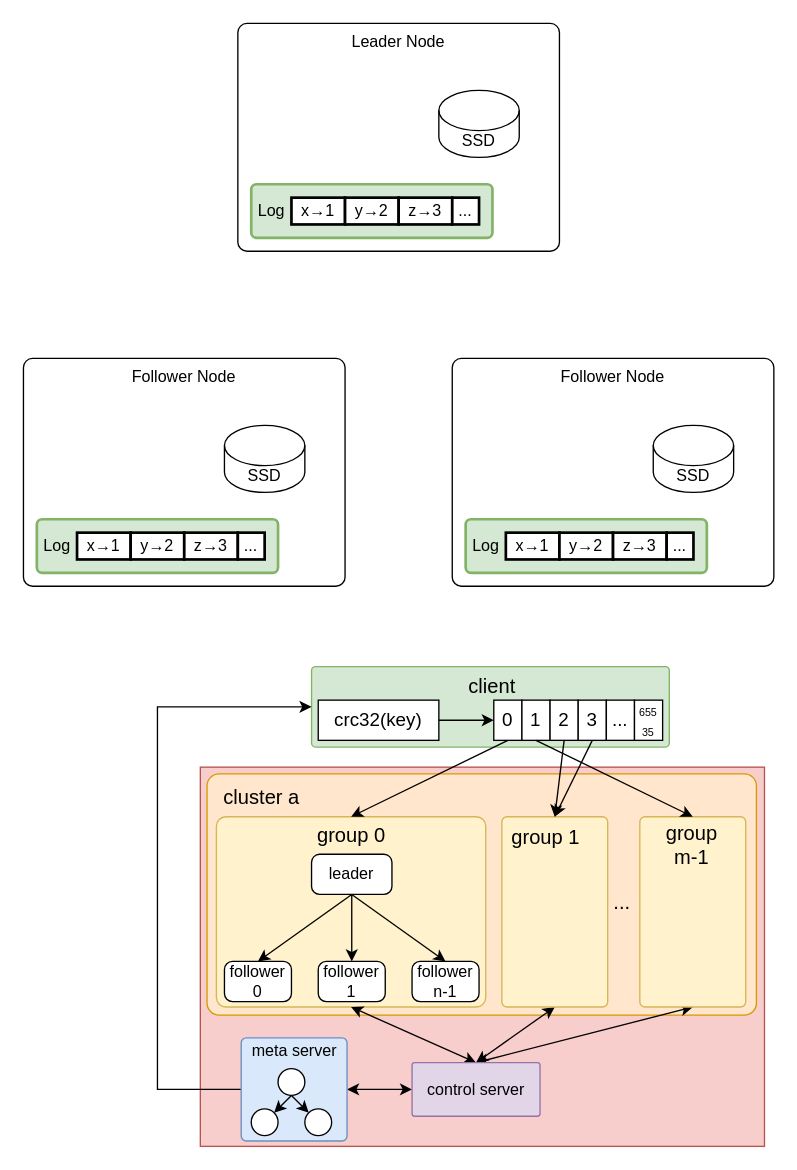
This is page "第 2 页" (2 of 3) of kv.drawio from yantao006/draw_io, a draw.io file, before an edit. Source tidied: cells renumbered, new cells numbered last; positions are measured from the earlier drawing's top-left corner, leaving out a move shared by most shapes. Both pictures are drawn from the tidied source at 134%, with x=0, y=0 at pixel (23, 23).
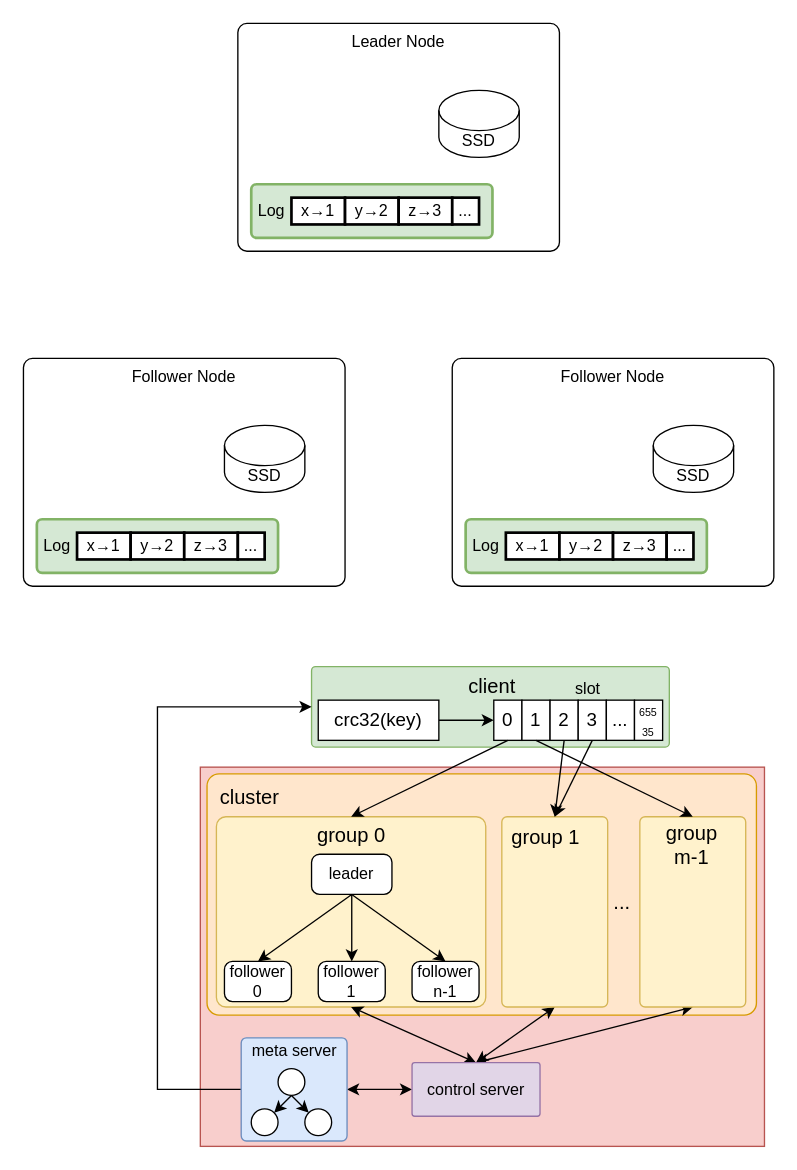
After the change.

Change to the diagram source:
```diff
@@
-    <mxCell id="61" value="&lt;font style=&quot;font-size: 15px;&quot;&gt;cluster a&lt;/font&gt;" style="text;html=1;align=center;verticalAlign=middle;whiteSpace=wrap;rounded=0;" parent="1" vertex="1">
-      <mxGeometry x="138" y="562" width="80" height="30" as="geometry" />
+    <mxCell id="61" value="&lt;font style=&quot;font-size: 15px;&quot;&gt;cluster&lt;/font&gt;" style="text;html=1;align=center;verticalAlign=middle;whiteSpace=wrap;rounded=0;" parent="1" vertex="1">
+      <mxGeometry x="138" y="562" width="62" height="30" as="geometry" />
     </mxCell>
@@
+    <mxCell id="78" value="&lt;font style=&quot;font-size: 12px;&quot;&gt;slot&lt;/font&gt;" style="text;html=1;align=center;verticalAlign=middle;whiteSpace=wrap;rounded=0;" parent="1" vertex="1">
+      <mxGeometry x="407" y="487" width="29" height="20" as="geometry" />
+    </mxCell>
```
